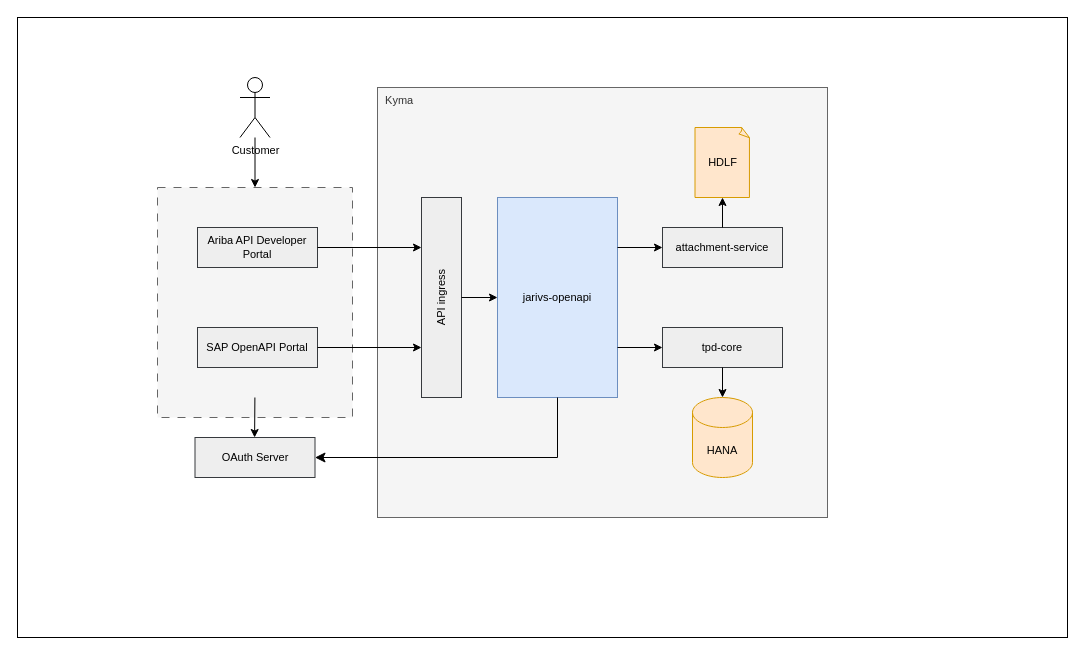
huangshijie/Drawio keeps this draw.io diagram as page "Page-1" (1 of 2) of certification-ng.drawio. Above is the earlier version. Source tidied: cells renumbered, new cells numbered last; positions are measured from the earlier drawing's top-left corner, leaving out a move shared by most shapes. Both pictures are drawn from the tidied source at 100%, with x=0, y=0 at pixel (17, 17).
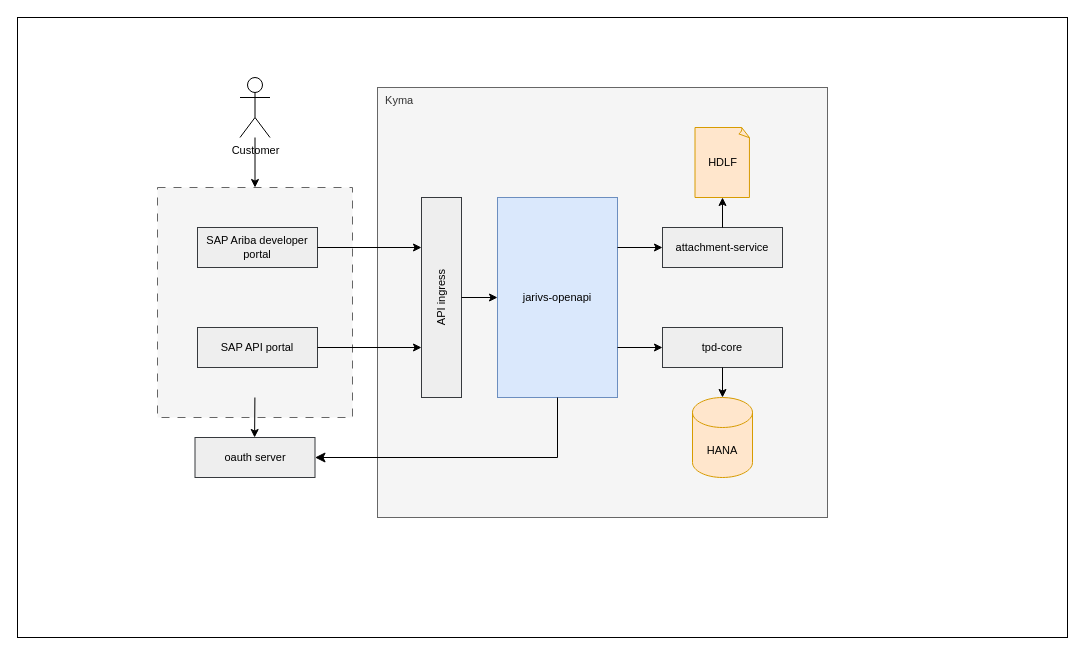
Above is the later version.

The edit, as a diff of the source:
```diff
@@
-    <mxCell id="5" value="Ariba API Developer Portal" style="rounded=0;whiteSpace=wrap;html=1;fillColor=#eeeeee;strokeColor=#36393d;fontSize=11;" parent="1" vertex="1">
+    <mxCell id="5" value="SAP Ariba developer portal" style="rounded=0;whiteSpace=wrap;html=1;fillColor=#eeeeee;strokeColor=#36393d;fontSize=11;" parent="1" vertex="1">
       <mxGeometry x="180" y="210" width="120" height="40" as="geometry" />
     </mxCell>
@@
-    <mxCell id="10" value="SAP OpenAPI Portal" style="rounded=0;whiteSpace=wrap;html=1;fillColor=#eeeeee;strokeColor=#36393d;fontSize=11;" parent="1" vertex="1">
+    <mxCell id="10" value="SAP API portal" style="rounded=0;whiteSpace=wrap;html=1;fillColor=#eeeeee;strokeColor=#36393d;fontSize=11;" parent="1" vertex="1">
       <mxGeometry x="180" y="310" width="120" height="40" as="geometry" />
     </mxCell>
@@
-    <mxCell id="20" value="OAuth Server" style="rounded=0;whiteSpace=wrap;html=1;fillColor=#eeeeee;strokeColor=#36393d;fontSize=11;" parent="1" vertex="1">
+    <mxCell id="20" value="oauth server" style="rounded=0;whiteSpace=wrap;html=1;fillColor=#eeeeee;strokeColor=#36393d;fontSize=11;" parent="1" vertex="1">
       <mxGeometry x="177.5" y="420" width="120" height="40" as="geometry" />
     </mxCell>
```
